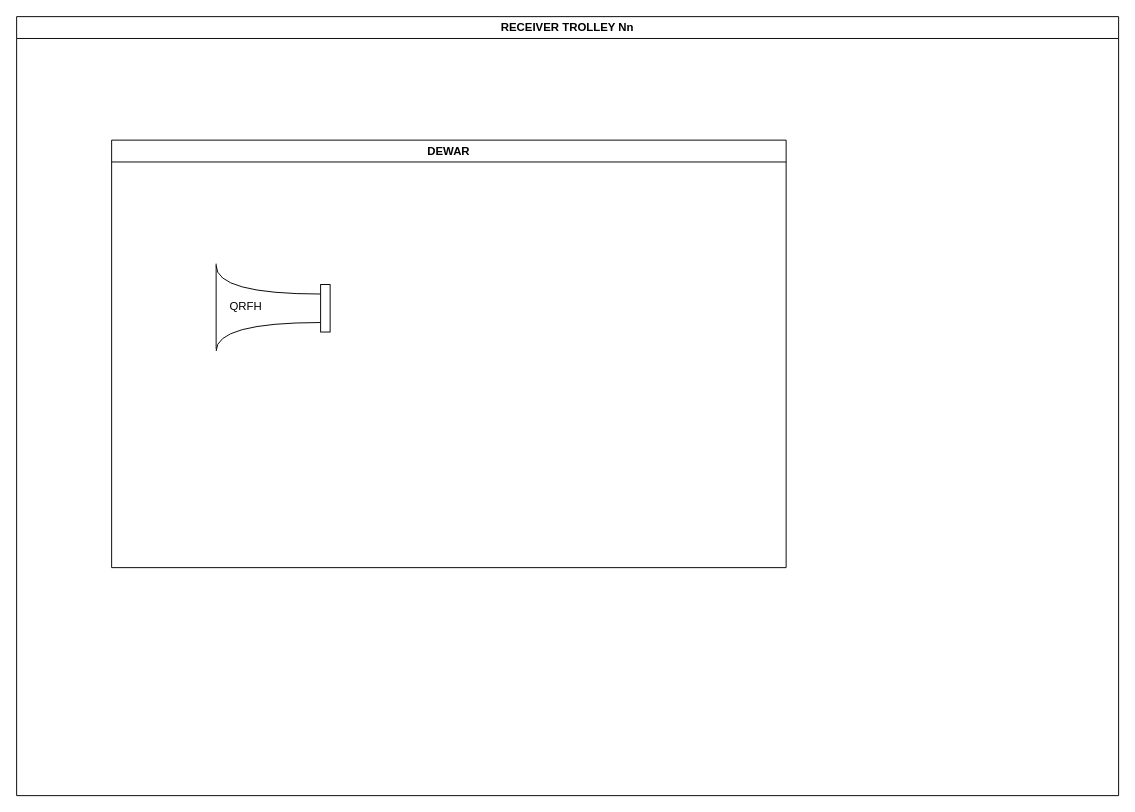
faksdal/vlbi keeps this draw.io diagram as vlbi_2_Nn_v02.drawio. Above is the earlier version. Source tidied: cells renumbered, new cells numbered last; positions are measured from the earlier drawing's top-left corner, leaving out a move shared by most shapes. Both pictures are drawn from the tidied source at 95%, with x=0, y=0 at pixel (16, 16).
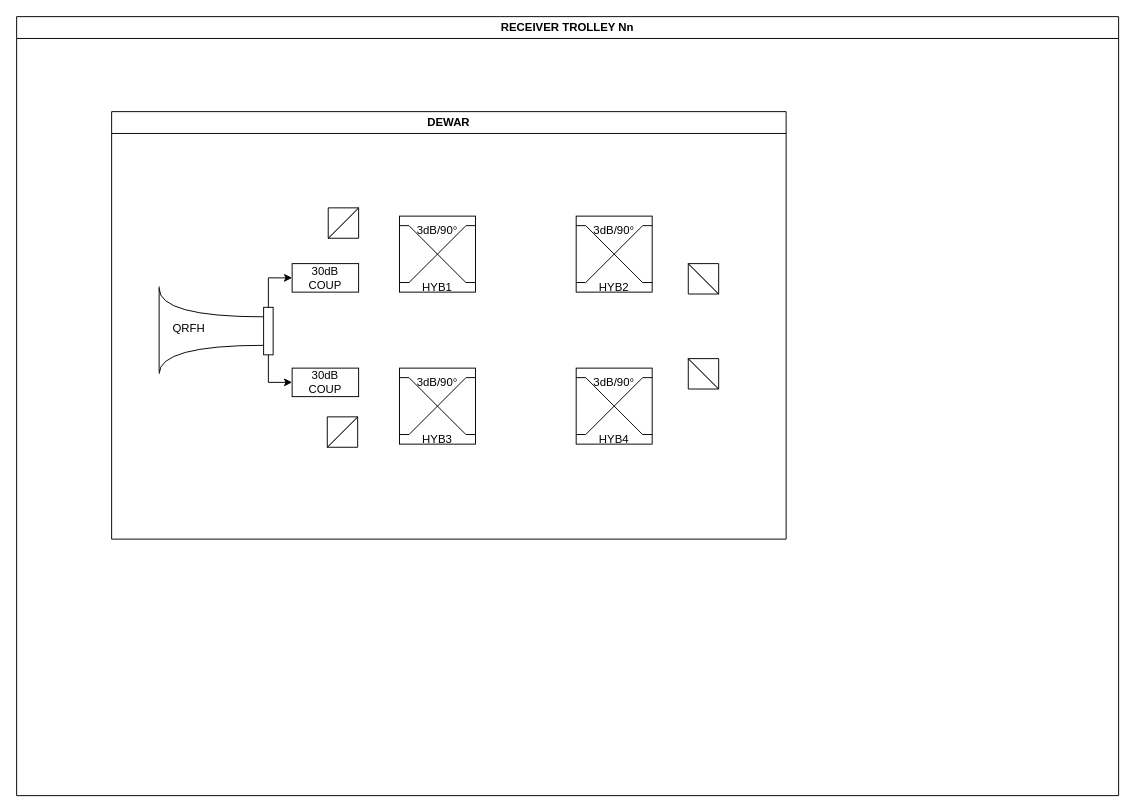
Above is the later version.

Unchanged cells that the change refers to:
```xml
<mxCell id="2" value="RECEIVER TROLLEY Nn" style="swimlane;whiteSpace=wrap;html=1;" parent="1" vertex="1">
  <mxGeometry width="1160" height="820" as="geometry" />
</mxCell>
<mxCell id="7" style="rounded=0;whiteSpace=wrap;html=1;" parent="4" vertex="1">
  <mxGeometry x="110" y="22" width="10" height="50" as="geometry" />
</mxCell>
```

The edit, as a diff of the source:
```diff
@@
     <mxCell id="3" value="DEWAR" style="swimlane;whiteSpace=wrap;html=1;" parent="2" vertex="1">
-      <mxGeometry x="100" y="130" width="710" height="450" as="geometry" />
+      <mxGeometry x="100" y="100" width="710" height="450" as="geometry" />
     </mxCell>
     <mxCell id="4" style="group;" parent="3" vertex="1">
-      <mxGeometry x="110" y="130" width="120" height="92" as="geometry" />
+      <mxGeometry x="50" y="184" width="120" height="92" as="geometry" />
     </mxCell>
@@
+    <mxCell id="10" style="group;" parent="3" vertex="1">
+      <mxGeometry x="303" y="110" width="80" height="90" as="geometry" />
+    </mxCell>
+    <mxCell id="11" style="whiteSpace=wrap;html=1;" parent="10" vertex="1">
+      <mxGeometry width="80" height="80" as="geometry" />
+    </mxCell>
+    <mxCell id="12" style="endArrow=none;html=1;rounded=0;" parent="10" edge="1">
+      <mxGeometry relative="1" as="geometry">
+        <mxPoint y="10" as="sourcePoint" />
+        <mxPoint x="10" y="10" as="targetPoint" />
+      </mxGeometry>
+    </mxCell>
+    <mxCell id="13" style="endArrow=none;html=1;rounded=0;" parent="10" edge="1">
+      <mxGeometry relative="1" as="geometry">
+        <mxPoint x="70" y="69.9" as="sourcePoint" />
+        <mxPoint x="80" y="69.9" as="targetPoint" />
+      </mxGeometry>
+    </mxCell>
+    <mxCell id="14" style="endArrow=none;html=1;rounded=0;" parent="10" edge="1">
+      <mxGeometry relative="1" as="geometry">
+        <mxPoint x="70" y="70" as="sourcePoint" />
+        <mxPoint x="10" y="10" as="targetPoint" />
+      </mxGeometry>
+    </mxCell>
+    <mxCell id="15" style="endArrow=none;html=1;rounded=0;" parent="10" edge="1">
+      <mxGeometry relative="1" as="geometry">
+        <mxPoint x="80" y="10" as="sourcePoint" />
+        <mxPoint x="70" y="10" as="targetPoint" />
+      </mxGeometry>
+    </mxCell>
+    <mxCell id="16" style="endArrow=none;html=1;rounded=0;" parent="10" edge="1">
+      <mxGeometry relative="1" as="geometry">
+        <mxPoint x="10" y="69.9" as="sourcePoint" />
+        <mxPoint y="69.9" as="targetPoint" />
+      </mxGeometry>
+    </mxCell>
+    <mxCell id="17" style="endArrow=none;html=1;rounded=0;" parent="10" edge="1">
+      <mxGeometry relative="1" as="geometry">
+        <mxPoint x="10" y="70" as="sourcePoint" />
+        <mxPoint x="70" y="10" as="targetPoint" />
+      </mxGeometry>
+    </mxCell>
+    <mxCell id="18" value="HYB1" style="text;html=1;align=center;verticalAlign=middle;whiteSpace=wrap;rounded=0;" parent="10" vertex="1">
+      <mxGeometry x="10" y="60" width="60" height="30" as="geometry" />
+    </mxCell>
+    <mxCell id="19" value="3dB/90°" style="text;html=1;align=center;verticalAlign=middle;whiteSpace=wrap;rounded=0;" parent="10" vertex="1">
+      <mxGeometry x="10" width="60" height="30" as="geometry" />
+    </mxCell>
+    <mxCell id="20" style="group;" parent="3" vertex="1">
+      <mxGeometry x="489" y="110" width="80" height="90" as="geometry" />
+    </mxCell>
+    <mxCell id="21" style="whiteSpace=wrap;html=1;" parent="20" vertex="1">
+      <mxGeometry width="80" height="80" as="geometry" />
+    </mxCell>
+    <mxCell id="22" style="endArrow=none;html=1;rounded=0;" parent="20" edge="1">
+      <mxGeometry relative="1" as="geometry">
+        <mxPoint y="10" as="sourcePoint" />
+        <mxPoint x="10" y="10" as="targetPoint" />
+      </mxGeometry>
+    </mxCell>
+    <mxCell id="23" style="endArrow=none;html=1;rounded=0;" parent="20" edge="1">
+      <mxGeometry relative="1" as="geometry">
+        <mxPoint x="70" y="69.9" as="sourcePoint" />
+        <mxPoint x="80" y="69.9" as="targetPoint" />
+      </mxGeometry>
+    </mxCell>
+    <mxCell id="24" style="endArrow=none;html=1;rounded=0;" parent="20" edge="1">
+      <mxGeometry relative="1" as="geometry">
+        <mxPoint x="70" y="70" as="sourcePoint" />
+        <mxPoint x="10" y="10" as="targetPoint" />
+      </mxGeometry>
+    </mxCell>
+    <mxCell id="25" style="endArrow=none;html=1;rounded=0;" parent="20" edge="1">
+      <mxGeometry relative="1" as="geometry">
+        <mxPoint x="80" y="10" as="sourcePoint" />
+        <mxPoint x="70" y="10" as="targetPoint" />
+      </mxGeometry>
+    </mxCell>
+    <mxCell id="26" style="endArrow=none;html=1;rounded=0;" parent="20" edge="1">
+      <mxGeometry relative="1" as="geometry">
+        <mxPoint x="10" y="69.9" as="sourcePoint" />
+        <mxPoint y="69.9" as="targetPoint" />
+      </mxGeometry>
+    </mxCell>
+    <mxCell id="27" style="endArrow=none;html=1;rounded=0;" parent="20" edge="1">
+      <mxGeometry relative="1" as="geometry">
+        <mxPoint x="10" y="70" as="sourcePoint" />
+        <mxPoint x="70" y="10" as="targetPoint" />
+      </mxGeometry>
+    </mxCell>
+    <mxCell id="28" value="HYB2" style="text;html=1;align=center;verticalAlign=middle;whiteSpace=wrap;rounded=0;" parent="20" vertex="1">
+      <mxGeometry x="10" y="60" width="60" height="30" as="geometry" />
+    </mxCell>
+    <mxCell id="29" value="3dB/90°" style="text;html=1;align=center;verticalAlign=middle;whiteSpace=wrap;rounded=0;" parent="20" vertex="1">
+      <mxGeometry x="10" width="60" height="30" as="geometry" />
+    </mxCell>
+    <mxCell id="30" style="group;" parent="3" vertex="1">
+      <mxGeometry x="489" y="270" width="80" height="90" as="geometry" />
+    </mxCell>
+    <mxCell id="31" style="whiteSpace=wrap;html=1;" parent="30" vertex="1">
+      <mxGeometry width="80" height="80" as="geometry" />
+    </mxCell>
+    <mxCell id="32" style="endArrow=none;html=1;rounded=0;" parent="30" edge="1">
+      <mxGeometry relative="1" as="geometry">
+        <mxPoint y="10" as="sourcePoint" />
+        <mxPoint x="10" y="10" as="targetPoint" />
+      </mxGeometry>
+    </mxCell>
+    <mxCell id="33" style="endArrow=none;html=1;rounded=0;" parent="30" edge="1">
+      <mxGeometry relative="1" as="geometry">
+        <mxPoint x="70" y="69.9" as="sourcePoint" />
+        <mxPoint x="80" y="69.9" as="targetPoint" />
+      </mxGeometry>
+    </mxCell>
+    <mxCell id="34" style="endArrow=none;html=1;rounded=0;" parent="30" edge="1">
+      <mxGeometry relative="1" as="geometry">
+        <mxPoint x="70" y="70" as="sourcePoint" />
+        <mxPoint x="10" y="10" as="targetPoint" />
+      </mxGeometry>
+    </mxCell>
+    <mxCell id="35" style="endArrow=none;html=1;rounded=0;" parent="30" edge="1">
+      <mxGeometry relative="1" as="geometry">
+        <mxPoint x="80" y="10" as="sourcePoint" />
+        <mxPoint x="70" y="10" as="targetPoint" />
+      </mxGeometry>
+    </mxCell>
+    <mxCell id="36" style="endArrow=none;html=1;rounded=0;" parent="30" edge="1">
+      <mxGeometry relative="1" as="geometry">
+        <mxPoint x="10" y="69.9" as="sourcePoint" />
+        <mxPoint y="69.9" as="targetPoint" />
+      </mxGeometry>
+    </mxCell>
+    <mxCell id="37" style="endArrow=none;html=1;rounded=0;" parent="30" edge="1">
+      <mxGeometry relative="1" as="geometry">
+        <mxPoint x="10" y="70" as="sourcePoint" />
+        <mxPoint x="70" y="10" as="targetPoint" />
+      </mxGeometry>
+    </mxCell>
+    <mxCell id="38" value="HYB4" style="text;html=1;align=center;verticalAlign=middle;whiteSpace=wrap;rounded=0;" parent="30" vertex="1">
+      <mxGeometry x="10" y="60" width="60" height="30" as="geometry" />
+    </mxCell>
+    <mxCell id="39" value="3dB/90°" style="text;html=1;align=center;verticalAlign=middle;whiteSpace=wrap;rounded=0;" parent="30" vertex="1">
+      <mxGeometry x="10" width="60" height="30" as="geometry" />
+    </mxCell>
+    <mxCell id="40" style="group;" parent="3" vertex="1">
+      <mxGeometry x="303" y="270" width="80" height="90" as="geometry" />
+    </mxCell>
+    <mxCell id="41" style="whiteSpace=wrap;html=1;" parent="40" vertex="1">
+      <mxGeometry width="80" height="80" as="geometry" />
+    </mxCell>
+    <mxCell id="42" style="endArrow=none;html=1;rounded=0;" parent="40" edge="1">
+      <mxGeometry relative="1" as="geometry">
+        <mxPoint y="10" as="sourcePoint" />
+        <mxPoint x="10" y="10" as="targetPoint" />
+      </mxGeometry>
+    </mxCell>
+    <mxCell id="43" style="endArrow=none;html=1;rounded=0;" parent="40" edge="1">
+      <mxGeometry relative="1" as="geometry">
+        <mxPoint x="70" y="69.9" as="sourcePoint" />
+        <mxPoint x="80" y="69.9" as="targetPoint" />
+      </mxGeometry>
+    </mxCell>
+    <mxCell id="44" style="endArrow=none;html=1;rounded=0;" parent="40" edge="1">
+      <mxGeometry relative="1" as="geometry">
+        <mxPoint x="70" y="70" as="sourcePoint" />
+        <mxPoint x="10" y="10" as="targetPoint" />
+      </mxGeometry>
+    </mxCell>
+    <mxCell id="45" style="endArrow=none;html=1;rounded=0;" parent="40" edge="1">
+      <mxGeometry relative="1" as="geometry">
+        <mxPoint x="80" y="10" as="sourcePoint" />
+        <mxPoint x="70" y="10" as="targetPoint" />
+      </mxGeometry>
+    </mxCell>
+    <mxCell id="46" style="endArrow=none;html=1;rounded=0;" parent="40" edge="1">
+      <mxGeometry relative="1" as="geometry">
+        <mxPoint x="10" y="69.9" as="sourcePoint" />
+        <mxPoint y="69.9" as="targetPoint" />
+      </mxGeometry>
+    </mxCell>
+    <mxCell id="47" style="endArrow=none;html=1;rounded=0;" parent="40" edge="1">
+      <mxGeometry relative="1" as="geometry">
+        <mxPoint x="10" y="70" as="sourcePoint" />
+        <mxPoint x="70" y="10" as="targetPoint" />
+      </mxGeometry>
+    </mxCell>
+    <mxCell id="48" value="HYB3" style="text;html=1;align=center;verticalAlign=middle;whiteSpace=wrap;rounded=0;" parent="40" vertex="1">
+      <mxGeometry x="10" y="60" width="60" height="30" as="geometry" />
+    </mxCell>
+    <mxCell id="49" value="3dB/90°" style="text;html=1;align=center;verticalAlign=middle;whiteSpace=wrap;rounded=0;" parent="40" vertex="1">
+      <mxGeometry x="10" width="60" height="30" as="geometry" />
+    </mxCell>
+    <mxCell id="50" value="&lt;div&gt;30dB&lt;/div&gt;&lt;div&gt;COUP&lt;/div&gt;" style="rounded=0;whiteSpace=wrap;html=1;" parent="3" vertex="1">
+      <mxGeometry x="190" y="160" width="70" height="30" as="geometry" />
+    </mxCell>
+    <mxCell id="51" value="&lt;div&gt;30dB&lt;/div&gt;&lt;div&gt;COUP&lt;/div&gt;" style="rounded=0;whiteSpace=wrap;html=1;" parent="3" vertex="1">
+      <mxGeometry x="190" y="270" width="70" height="30" as="geometry" />
+    </mxCell>
+    <mxCell id="52" style="edgeStyle=orthogonalEdgeStyle;rounded=0;jettySize=auto;html=1;exitX=0.5;exitY=0;exitDx=0;exitDy=0;entryX=0;entryY=0.5;entryDx=0;entryDy=0;" parent="3" edge="1" source="7" target="50">
+      <mxGeometry relative="1" as="geometry">
+        <Array as="points">
+          <mxPoint x="165" y="175" />
+        </Array>
+      </mxGeometry>
+    </mxCell>
+    <mxCell id="53" style="edgeStyle=orthogonalEdgeStyle;rounded=0;jettySize=auto;html=1;exitX=0.5;exitY=1;exitDx=0;exitDy=0;entryX=0;entryY=0.5;entryDx=0;entryDy=0;" parent="3" edge="1" source="7" target="51">
+      <mxGeometry relative="1" as="geometry">
+        <Array as="points">
+          <mxPoint x="165" y="285" />
+        </Array>
+      </mxGeometry>
+    </mxCell>
+    <mxCell id="54" style="group;rotation=-90;" parent="3" vertex="1">
+      <mxGeometry x="228" y="120" width="20" height="20" as="geometry" />
+    </mxCell>
+    <mxCell id="55" style="verticalLabelPosition=bottom;verticalAlign=top;html=1;shape=mxgraph.basic.orthogonal_triangle;rotation=-90;fillStyle=solid;fillColor=light-dark(#FFFFFF,#FFFFFF);" parent="54" vertex="1">
+      <mxGeometry y="-18.7" width="32" height="32" as="geometry" />
+    </mxCell>
+    <mxCell id="56" style="verticalLabelPosition=bottom;verticalAlign=top;html=1;shape=mxgraph.basic.orthogonal_triangle;flipH=1;flipV=1;rotation=-90;fillStyle=solid;fillColor=light-dark(#FFFFFF,#000000);" parent="54" vertex="1">
+      <mxGeometry y="-18.7" width="32" height="32" as="geometry" />
+    </mxCell>
+    <mxCell id="57" style="group;rotation=-90;" parent="3" vertex="1">
+      <mxGeometry x="227" y="340" width="20" height="20" as="geometry" />
+    </mxCell>
+    <mxCell id="58" style="verticalLabelPosition=bottom;verticalAlign=top;html=1;shape=mxgraph.basic.orthogonal_triangle;rotation=-90;fillStyle=solid;fillColor=light-dark(#FFFFFF,#FFFFFF);" parent="57" vertex="1">
+      <mxGeometry y="-18.7" width="32" height="32" as="geometry" />
+    </mxCell>
+    <mxCell id="59" style="verticalLabelPosition=bottom;verticalAlign=top;html=1;shape=mxgraph.basic.orthogonal_triangle;flipH=1;flipV=1;rotation=-90;fillStyle=solid;fillColor=light-dark(#FFFFFF,#000000);" parent="57" vertex="1">
+      <mxGeometry y="-18.7" width="32" height="32" as="geometry" />
+    </mxCell>
+    <mxCell id="60" style="group;rotation=0;" parent="3" vertex="1">
+      <mxGeometry x="600" y="160" width="20" height="20" as="geometry" />
+    </mxCell>
+    <mxCell id="61" style="verticalLabelPosition=bottom;verticalAlign=top;html=1;shape=mxgraph.basic.orthogonal_triangle;rotation=0;fillStyle=solid;fillColor=light-dark(#FFFFFF,#FFFFFF);" parent="60" vertex="1">
+      <mxGeometry x="7" width="32" height="32" as="geometry" />
+    </mxCell>
+    <mxCell id="62" style="verticalLabelPosition=bottom;verticalAlign=top;html=1;shape=mxgraph.basic.orthogonal_triangle;flipH=1;flipV=1;rotation=0;fillStyle=solid;fillColor=light-dark(#FFFFFF,#000000);" parent="60" vertex="1">
+      <mxGeometry x="7" width="32" height="32" as="geometry" />
+    </mxCell>
+    <mxCell id="63" style="group;rotation=0;" parent="3" vertex="1">
+      <mxGeometry x="600" y="260" width="20" height="20" as="geometry" />
+    </mxCell>
+    <mxCell id="64" style="verticalLabelPosition=bottom;verticalAlign=top;html=1;shape=mxgraph.basic.orthogonal_triangle;rotation=0;fillStyle=solid;fillColor=light-dark(#FFFFFF,#FFFFFF);" parent="63" vertex="1">
+      <mxGeometry x="7" width="32" height="32" as="geometry" />
+    </mxCell>
+    <mxCell id="65" style="verticalLabelPosition=bottom;verticalAlign=top;html=1;shape=mxgraph.basic.orthogonal_triangle;flipH=1;flipV=1;rotation=0;fillStyle=solid;fillColor=light-dark(#FFFFFF,#000000);" parent="63" vertex="1">
+      <mxGeometry x="7" width="32" height="32" as="geometry" />
+    </mxCell>
```
